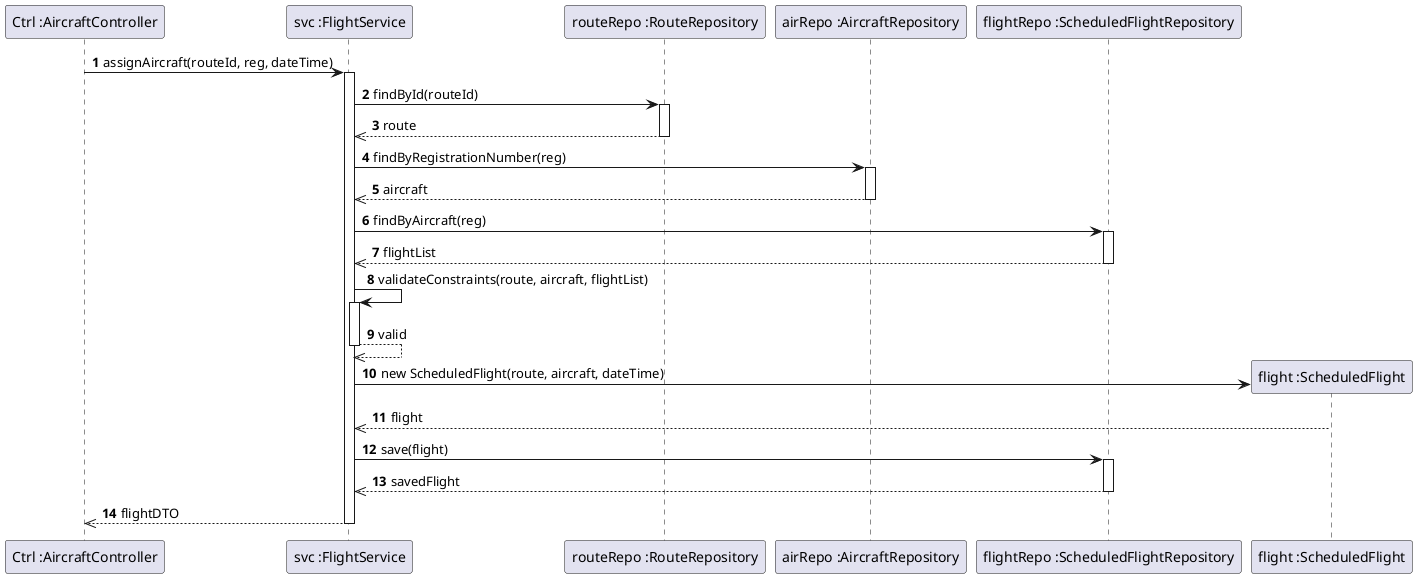
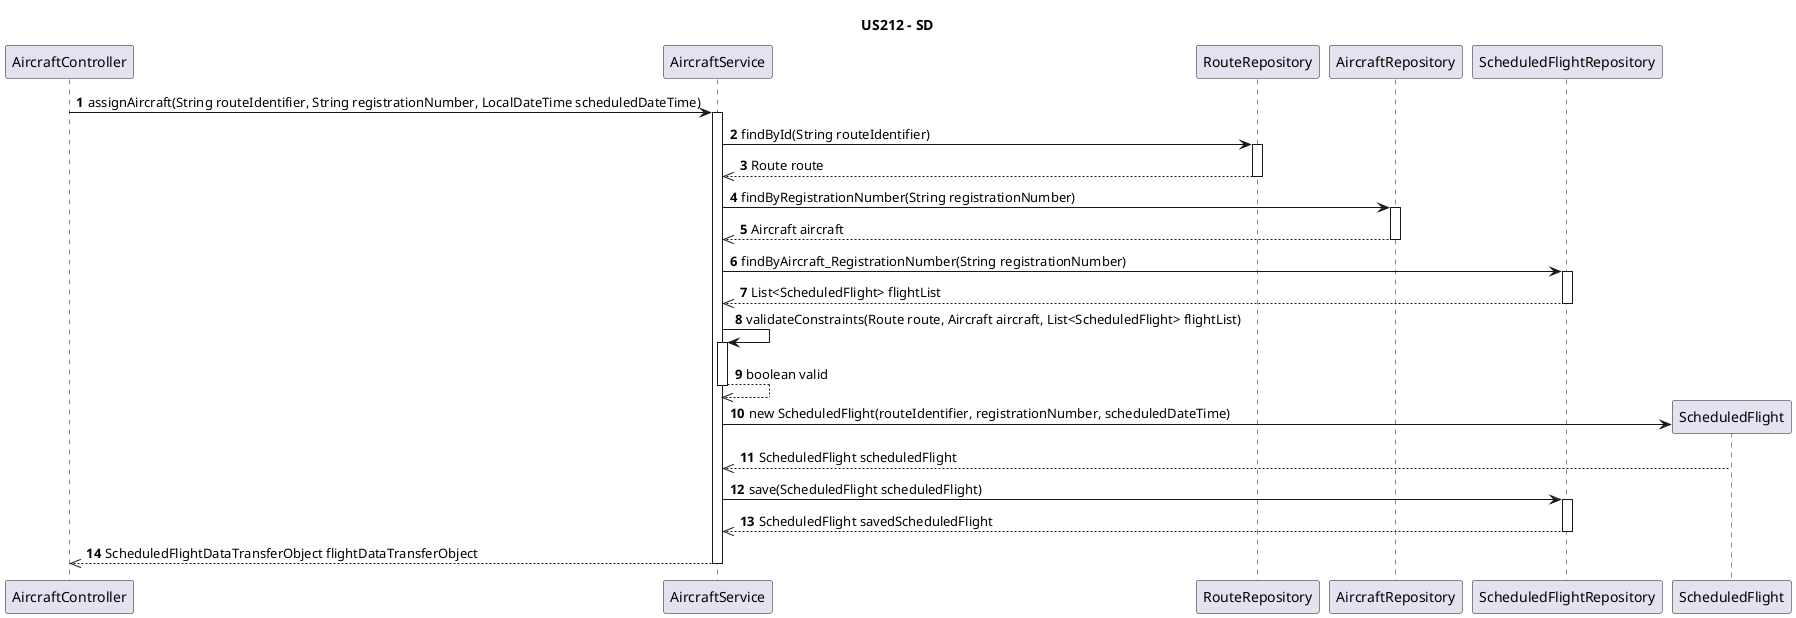
@startuml
+ title US212 - SD
autonumber
- participant "Ctrl :AircraftController" as Ctrl
- participant "svc :FlightService" as Svc
- participant "routeRepo :RouteRepository" as RRepo
- participant "airRepo :AircraftRepository" as ARepo
- participant "flightRepo :ScheduledFlightRepository" as FRepo
- participant "flight :ScheduledFlight" as Domain
+ participant "AircraftController" as AircraftController
+ participant "AircraftService" as AircraftService
+ participant "RouteRepository" as RouteRepository
+ participant "AircraftRepository" as AircraftRepository
+ participant "ScheduledFlightRepository" as ScheduledFlightRepository
+ participant "ScheduledFlight" as ScheduledFlightDomain

- Ctrl -> Svc : assignAircraft(routeId, reg, dateTime)
- activate Svc
+ AircraftController -> AircraftService : assignAircraft(String routeIdentifier, String registrationNumber, LocalDateTime scheduledDateTime)
+ activate AircraftService

- Svc -> RRepo : findById(routeId)
- activate RRepo
- RRepo -->> Svc : route
- deactivate RRepo
+ AircraftService -> RouteRepository : findById(String routeIdentifier)
+ activate RouteRepository
+ RouteRepository -->> AircraftService : Route route
+ deactivate RouteRepository

- Svc -> ARepo : findByRegistrationNumber(reg)
- activate ARepo
- ARepo -->> Svc : aircraft
- deactivate ARepo
+ AircraftService -> AircraftRepository : findByRegistrationNumber(String registrationNumber)
+ activate AircraftRepository
+ AircraftRepository -->> AircraftService : Aircraft aircraft
+ deactivate AircraftRepository

- Svc -> FRepo : findByAircraft(reg)
- activate FRepo
- FRepo -->> Svc : flightList
- deactivate FRepo
+ AircraftService -> ScheduledFlightRepository : findByAircraft_RegistrationNumber(String registrationNumber)
+ activate ScheduledFlightRepository
+ ScheduledFlightRepository -->> AircraftService : List<ScheduledFlight> flightList
+ deactivate ScheduledFlightRepository

- Svc -> Svc : validateConstraints(route, aircraft, flightList)
- activate Svc
- Svc -->> Svc : valid
- deactivate Svc
+ AircraftService -> AircraftService : validateConstraints(Route route, Aircraft aircraft, List<ScheduledFlight> flightList)
+ activate AircraftService
+ AircraftService -->> AircraftService : boolean valid
+ deactivate AircraftService

- create Domain
- Svc -> Domain : new ScheduledFlight(route, aircraft, dateTime)
- Domain -->> Svc : flight
+ create ScheduledFlightDomain
+ AircraftService -> ScheduledFlightDomain : new ScheduledFlight(routeIdentifier, registrationNumber, scheduledDateTime)
+ ScheduledFlightDomain -->> AircraftService : ScheduledFlight scheduledFlight

- Svc -> FRepo : save(flight)
- activate FRepo
- FRepo -->> Svc : savedFlight
- deactivate FRepo
+ AircraftService -> ScheduledFlightRepository : save(ScheduledFlight scheduledFlight)
+ activate ScheduledFlightRepository
+ ScheduledFlightRepository -->> AircraftService : ScheduledFlight savedScheduledFlight
+ deactivate ScheduledFlightRepository

- Svc -->> Ctrl : flightDTO
- deactivate Svc
+ AircraftService -->> AircraftController : ScheduledFlightDataTransferObject flightDataTransferObject
+ deactivate AircraftService
@enduml